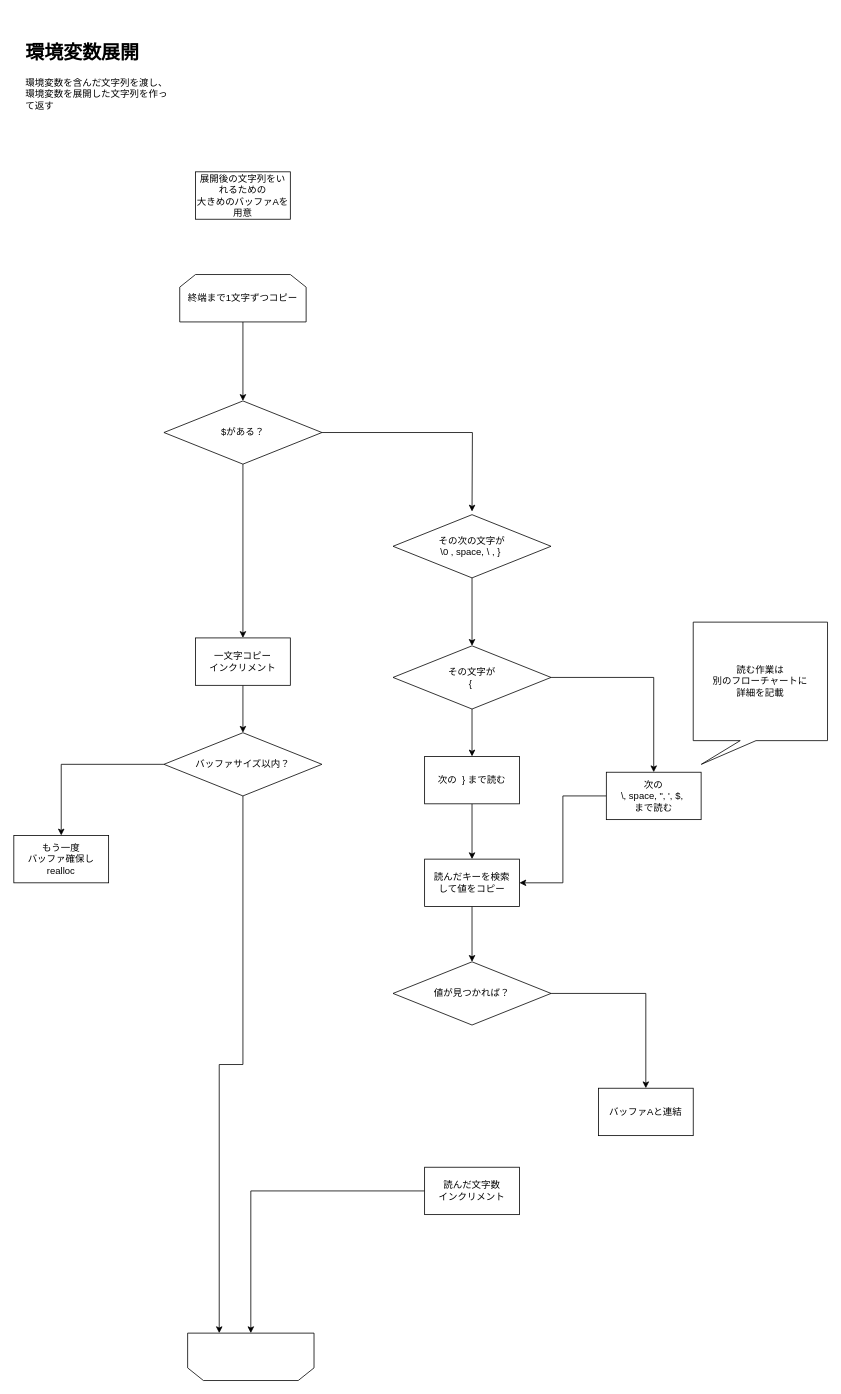
Earlier version of the draw.io diagram page "extract_env_var" (4 of 6) of share/parseflow.drawio (sniper-fly/minishell). Source tidied: cells renumbered, new cells numbered last; positions are measured from the earlier drawing's top-left corner, leaving out a move shared by most shapes. Both pictures are drawn from the tidied source at 79%, with x=0, y=0 at pixel (13, 37).
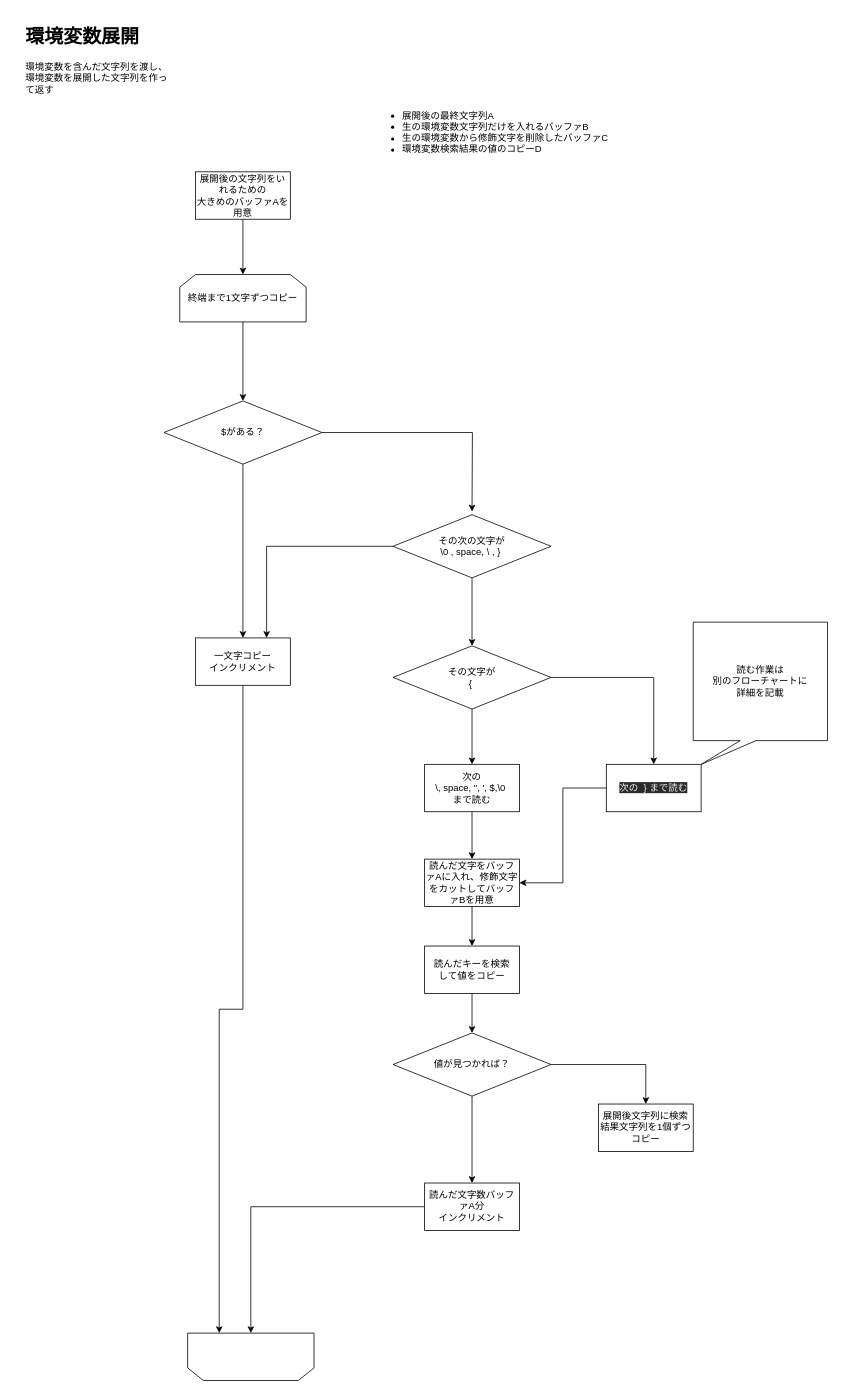
After the change.

The change refers to these unchanged cells:
```xml
<mxCell id="4" value="終端まで1文字ずつコピー" style="shape=loopLimit;whiteSpace=wrap;html=1;rotation=0;" parent="1" vertex="1">
  <mxGeometry x="210" y="300" width="160" height="60" as="geometry" />
</mxCell>
<mxCell id="9" value="一文字コピー&lt;br&gt;インクリメント" style="rounded=0;whiteSpace=wrap;html=1;" parent="1" vertex="1">
  <mxGeometry x="230" y="760" width="120" height="60" as="geometry" />
</mxCell>
<mxCell id="10" value="展開後の文字列をいれるための&lt;br&gt;大きめのバッファAを用意" style="rounded=0;whiteSpace=wrap;html=1;" parent="1" vertex="1">
  <mxGeometry x="230" y="170" width="120" height="60" as="geometry" />
</mxCell>
<mxCell id="15" style="shape=loopLimit;whiteSpace=wrap;html=1;rotation=-180;" parent="1" vertex="1">
  <mxGeometry x="220" y="1640" width="160" height="60" as="geometry" />
</mxCell>
<mxCell id="17" value="その次の文字が&lt;br&gt;\0 , space, \ , }&amp;nbsp;" style="rhombus;whiteSpace=wrap;html=1;" parent="1" vertex="1">
  <mxGeometry x="480" y="604" width="200" height="80" as="geometry" />
</mxCell>
```

Change to the diagram source:
```diff
@@
     <mxCell id="2" value="&lt;h1&gt;環境変数展開&lt;/h1&gt;&lt;div&gt;環境変数を含んだ文字列を渡し、&lt;/div&gt;&lt;div&gt;環境変数を展開した文字列を作って返す&lt;/div&gt;" style="text;html=1;strokeColor=none;fillColor=none;spacing=5;spacingTop=-20;whiteSpace=wrap;overflow=hidden;rounded=0;fontSize=12;" parent="1" vertex="1">
-      <mxGeometry x="10" width="190" height="120" as="geometry" />
+      <mxGeometry x="10" y="-20" width="190" height="120" as="geometry" />
     </mxCell>
@@
-    <mxCell id="8" style="edgeStyle=orthogonalEdgeStyle;rounded=0;jettySize=auto;html=1;entryX=0.5;entryY=0;entryDx=0;entryDy=0;" parent="1" edge="1" source="9" target="13">
-      <mxGeometry relative="1" as="geometry" />
-    </mxCell>
+    <mxCell id="33" style="edgeStyle=orthogonalEdgeStyle;rounded=0;jettySize=auto;html=1;entryX=0.75;entryY=1;entryDx=0;entryDy=0;" parent="1" edge="1" source="9" target="15">
+      <mxGeometry relative="1" as="geometry" />
+    </mxCell>
@@
+    <mxCell id="34" style="edgeStyle=orthogonalEdgeStyle;rounded=0;jettySize=auto;html=1;entryX=0.5;entryY=0;entryDx=0;entryDy=0;" parent="1" edge="1" source="10" target="4">
+      <mxGeometry relative="1" as="geometry" />
+    </mxCell>
@@
-    <mxCell id="11" style="edgeStyle=orthogonalEdgeStyle;rounded=0;jettySize=auto;html=1;entryX=0.5;entryY=0;entryDx=0;entryDy=0;" parent="1" edge="1" source="13" target="14">
-      <mxGeometry relative="1" as="geometry" />
-    </mxCell>
-    <mxCell id="12" style="edgeStyle=orthogonalEdgeStyle;rounded=0;jettySize=auto;html=1;entryX=0.75;entryY=1;entryDx=0;entryDy=0;" parent="1" edge="1" source="13" target="15">
-      <mxGeometry relative="1" as="geometry" />
-    </mxCell>
-    <mxCell id="13" value="バッファサイズ以内？" style="rhombus;whiteSpace=wrap;html=1;" parent="1" vertex="1">
-      <mxGeometry x="190" y="880" width="200" height="80" as="geometry" />
-    </mxCell>
-    <mxCell id="14" value="もう一度&lt;br&gt;バッファ確保しrealloc" style="rounded=0;whiteSpace=wrap;html=1;" parent="1" vertex="1">
-      <mxGeometry y="1010" width="120" height="60" as="geometry" />
-    </mxCell>
@@
+    <mxCell id="35" style="edgeStyle=orthogonalEdgeStyle;rounded=0;jettySize=auto;html=1;entryX=0.75;entryY=0;entryDx=0;entryDy=0;" parent="1" edge="1" source="17" target="9">
+      <mxGeometry relative="1" as="geometry" />
+    </mxCell>
@@
-    <mxCell id="22" value="次の&amp;nbsp; } まで読む" style="rounded=0;whiteSpace=wrap;html=1;" parent="1" vertex="1">
-      <mxGeometry x="520" y="910" width="120" height="60" as="geometry" />
+    <mxCell id="22" value="次の&lt;br&gt;\, space, &quot;, ', $,\0&amp;nbsp;&lt;br&gt;まで読む" style="rounded=0;whiteSpace=wrap;html=1;" parent="1" vertex="1">
+      <mxGeometry x="520" y="920" width="120" height="60" as="geometry" />
     </mxCell>
@@
-    <mxCell id="24" value="次の&lt;br&gt;\, space, &quot;, ', $,&amp;nbsp;&lt;br&gt;まで読む" style="rounded=0;whiteSpace=wrap;html=1;" parent="1" vertex="1">
-      <mxGeometry x="750" y="930" width="120" height="60" as="geometry" />
+    <mxCell id="24" value="&#10;&#10;&lt;span style=&quot;color: rgb(240, 240, 240); font-family: helvetica; font-size: 12px; font-style: normal; font-weight: 400; letter-spacing: normal; text-align: center; text-indent: 0px; text-transform: none; word-spacing: 0px; background-color: rgb(42, 42, 42); display: inline; float: none;&quot;&gt;次の&amp;nbsp; } まで読む&lt;/span&gt;&lt;br style=&quot;color: rgb(240, 240, 240); font-family: helvetica; font-size: 12px; font-style: normal; font-weight: 400; letter-spacing: normal; text-align: center; text-indent: 0px; text-transform: none; word-spacing: 0px; background-color: rgb(42, 42, 42);&quot;&gt;&#10;&#10;" style="rounded=0;whiteSpace=wrap;html=1;" parent="1" vertex="1">
+      <mxGeometry x="750" y="920" width="120" height="60" as="geometry" />
     </mxCell>
-    <mxCell id="25" style="edgeStyle=orthogonalEdgeStyle;rounded=0;jettySize=auto;html=1;entryX=0.5;entryY=0;entryDx=0;entryDy=0;" parent="1" edge="1" source="26" target="29">
+    <mxCell id="25" style="edgeStyle=orthogonalEdgeStyle;rounded=0;jettySize=auto;html=1;entryX=0.5;entryY=0;entryDx=0;entryDy=0;" parent="1" edge="1" source="38" target="29">
       <mxGeometry relative="1" as="geometry" />
     </mxCell>
-    <mxCell id="26" value="読んだキーを検索&lt;br&gt;して値をコピー" style="rounded=0;whiteSpace=wrap;html=1;" parent="1" vertex="1">
+    <mxCell id="26" value="読んだ文字をバッファAに入れ、修飾文字をカットしてバッファBを用意" style="rounded=0;whiteSpace=wrap;html=1;" parent="1" vertex="1">
       <mxGeometry x="520" y="1040" width="120" height="60" as="geometry" />
     </mxCell>
-    <mxCell id="27" value="バッファAと連結" style="rounded=0;whiteSpace=wrap;html=1;" parent="1" vertex="1">
-      <mxGeometry x="740" y="1330" width="120" height="60" as="geometry" />
+    <mxCell id="27" value="展開後文字列に検索結果文字列を1個ずつコピー" style="rounded=0;whiteSpace=wrap;html=1;" parent="1" vertex="1">
+      <mxGeometry x="740" y="1350" width="120" height="60" as="geometry" />
     </mxCell>
@@
+    <mxCell id="36" style="edgeStyle=orthogonalEdgeStyle;rounded=0;jettySize=auto;html=1;entryX=0.5;entryY=0;entryDx=0;entryDy=0;" parent="1" edge="1" source="29" target="31">
+      <mxGeometry relative="1" as="geometry" />
+    </mxCell>
     <mxCell id="29" value="値が見つかれば？" style="rhombus;whiteSpace=wrap;html=1;" parent="1" vertex="1">
-      <mxGeometry x="480" y="1170" width="200" height="80" as="geometry" />
+      <mxGeometry x="480" y="1260" width="200" height="80" as="geometry" />
     </mxCell>
@@
-    <mxCell id="31" value="読んだ文字数&lt;br&gt;インクリメント" style="rounded=0;whiteSpace=wrap;html=1;" parent="1" vertex="1">
-      <mxGeometry x="520" y="1430" width="120" height="60" as="geometry" />
+    <mxCell id="31" value="読んだ文字数バッファA分&lt;br&gt;インクリメント" style="rounded=0;whiteSpace=wrap;html=1;" parent="1" vertex="1">
+      <mxGeometry x="520" y="1450" width="120" height="60" as="geometry" />
     </mxCell>
@@
+    <mxCell id="37" value="&lt;ul&gt;&lt;li&gt;展開後の最終文字列A&lt;br&gt;&lt;/li&gt;&lt;li&gt;生の環境変数文字列だけを入れるバッファB&lt;/li&gt;&lt;li&gt;生の環境変数から修飾文字を削除したバッファC&lt;/li&gt;&lt;li&gt;環境変数検索結果の値のコピーD&lt;/li&gt;&lt;/ul&gt;" style="text;strokeColor=none;fillColor=none;html=1;whiteSpace=wrap;verticalAlign=middle;overflow=hidden;" parent="1" vertex="1">
+      <mxGeometry x="450" y="50" width="330" height="140" as="geometry" />
+    </mxCell>
+    <mxCell id="38" value="読んだキーを検索&lt;br&gt;して値をコピー" style="rounded=0;whiteSpace=wrap;html=1;" parent="1" vertex="1">
+      <mxGeometry x="520" y="1150" width="120" height="60" as="geometry" />
+    </mxCell>
+    <mxCell id="39" style="edgeStyle=orthogonalEdgeStyle;rounded=0;jettySize=auto;html=1;entryX=0.5;entryY=0;entryDx=0;entryDy=0;" parent="1" edge="1" source="26" target="38">
+      <mxGeometry relative="1" as="geometry" />
+    </mxCell>
```
